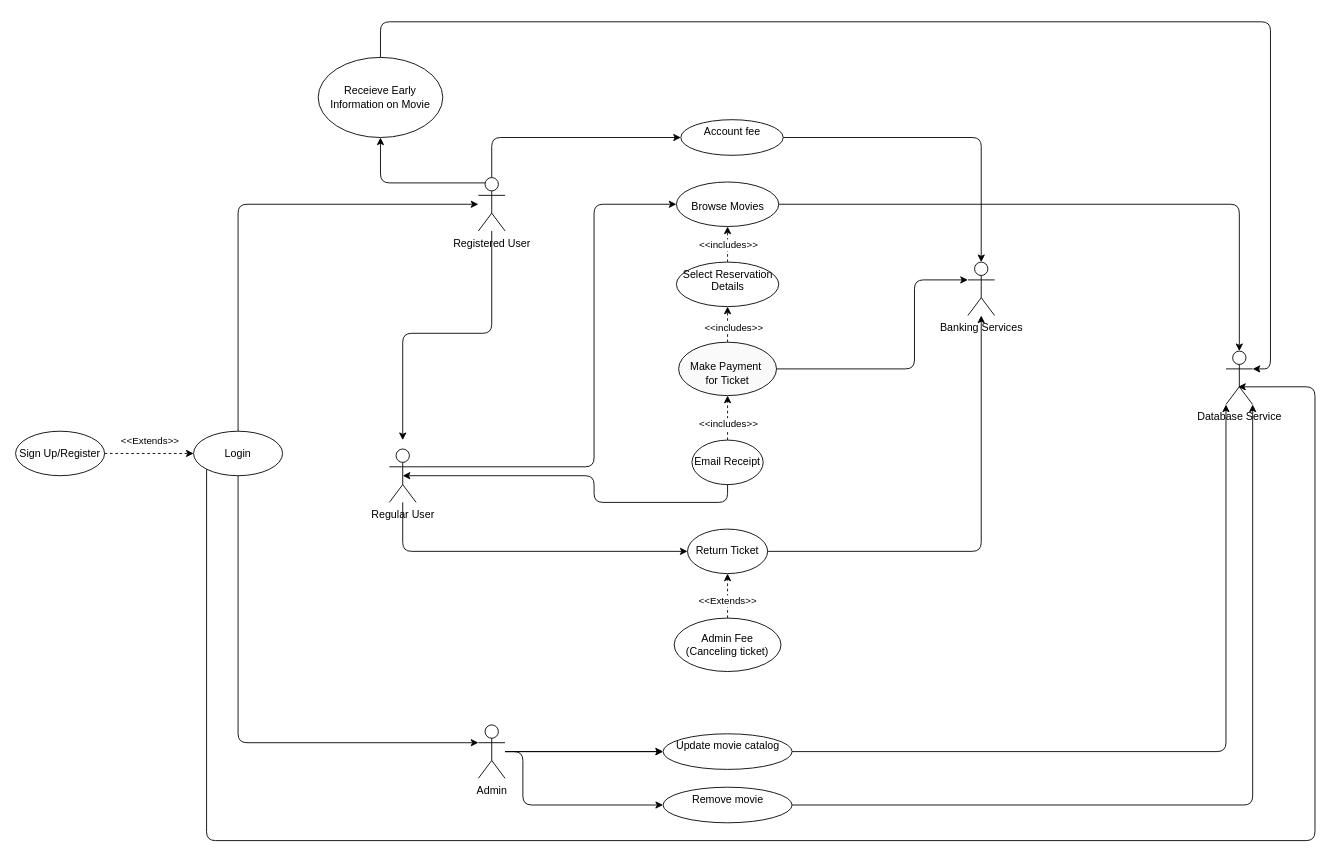
Before: page "Use Case Diagram" (1 of 5) of ENSF 480 Final Project Diagrams.drawio in SenorYuen/ProjectGrp9, a draw.io diagram. Source tidied: cells renumbered, new cells numbered last; positions are measured from the earlier drawing's top-left corner, leaving out a move shared by most shapes. Both pictures are drawn from the tidied source at 89%, with x=0, y=0 at pixel (15, 21).
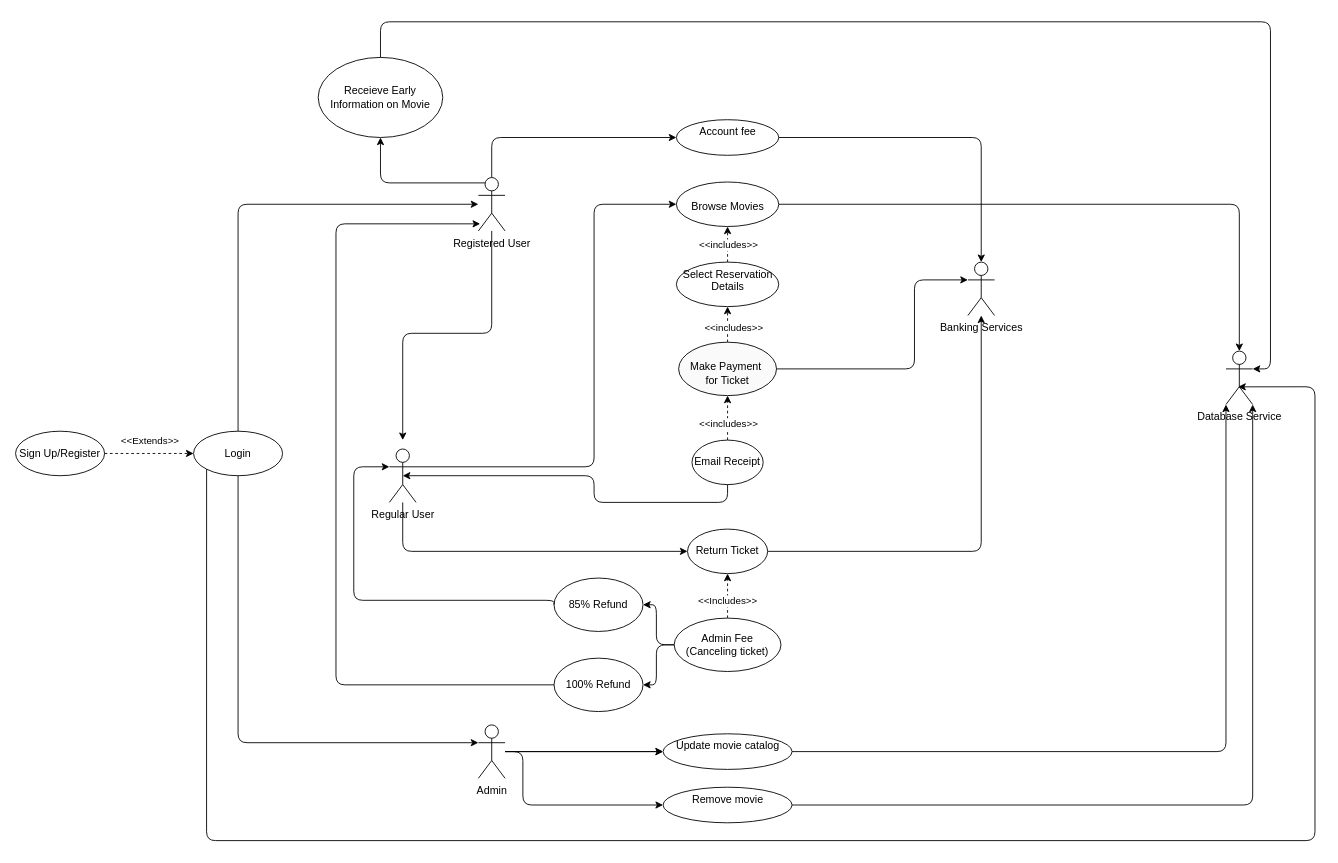
The same diagram, later.

Unchanged cells that the change refers to:
```xml
<mxCell id="4" value="Registered User" style="shape=umlActor;verticalLabelPosition=bottom;verticalAlign=top;html=1;" parent="1" vertex="1">
  <mxGeometry x="520" y="175" width="30" height="60" as="geometry" />
</mxCell>
<mxCell id="11" value="Regular User" style="shape=umlActor;verticalLabelPosition=bottom;verticalAlign=top;html=1;" parent="1" vertex="1">
  <mxGeometry x="420" y="480" width="30" height="60" as="geometry" />
</mxCell>
<mxCell id="21" style="edgeStyle=none;html=1;dashed=1;" parent="1" edge="1" source="23" target="25">
  <mxGeometry relative="1" as="geometry" />
</mxCell>
<mxCell id="23" value="Admin Fee&lt;br&gt;(Canceling ticket)" style="ellipse;whiteSpace=wrap;html=1;" parent="1" vertex="1">
  <mxGeometry x="740" y="670" width="120" height="60" as="geometry" />
</mxCell>
```

Diff of the diagram source:
```diff
@@
     <mxCell id="20" value="Account fee" style="ellipse;whiteSpace=wrap;html=1;verticalAlign=top;fillColor=#FFFFFF;strokeColor=default;" parent="1" vertex="1">
-      <mxGeometry x="747.5" y="110" width="115" height="40" as="geometry" />
+      <mxGeometry x="742.5" y="110" width="115" height="40" as="geometry" />
     </mxCell>
@@
-    <mxCell id="22" value="&amp;lt;&amp;lt;Extends&amp;gt;&amp;gt;" style="edgeLabel;html=1;align=center;verticalAlign=middle;" parent="21" vertex="1">
+    <mxCell id="22" value="&amp;lt;&amp;lt;Includes&amp;gt;&amp;gt;" style="edgeLabel;html=1;align=center;verticalAlign=middle;" parent="21" vertex="1">
       <mxGeometry x="-0.2" y="1" relative="1" as="geometry" />
     </mxCell>
+    <mxCell id="48" style="edgeStyle=orthogonalEdgeStyle;rounded=1;jettySize=auto;html=1;exitX=0;exitY=0.5;exitDx=0;exitDy=0;entryX=1;entryY=0.5;entryDx=0;entryDy=0;curved=0;" parent="1" edge="1" source="23" target="50">
+      <mxGeometry relative="1" as="geometry" />
+    </mxCell>
+    <mxCell id="49" style="edgeStyle=orthogonalEdgeStyle;rounded=1;jettySize=auto;html=1;exitX=0;exitY=0.5;exitDx=0;exitDy=0;entryX=1;entryY=0.5;entryDx=0;entryDy=0;curved=0;" parent="1" edge="1" source="23" target="51">
+      <mxGeometry relative="1" as="geometry" />
+    </mxCell>
@@
+    <mxCell id="50" value="85% Refund" style="ellipse;whiteSpace=wrap;html=1;" parent="1" vertex="1">
+      <mxGeometry x="605" y="625" width="100" height="60" as="geometry" />
+    </mxCell>
+    <mxCell id="51" value="100% Refund" style="ellipse;whiteSpace=wrap;html=1;" parent="1" vertex="1">
+      <mxGeometry x="605" y="715" width="100" height="60" as="geometry" />
+    </mxCell>
+    <mxCell id="52" style="rounded=1;jettySize=auto;html=1;exitX=0;exitY=0.5;exitDx=0;exitDy=0;entryX=0.067;entryY=0.867;entryDx=0;entryDy=0;entryPerimeter=0;curved=0;" parent="1" edge="1" source="51" target="4">
+      <mxGeometry relative="1" as="geometry">
+        <Array as="points">
+          <mxPoint x="360" y="745" />
+          <mxPoint x="360" y="227" />
+        </Array>
+      </mxGeometry>
+    </mxCell>
+    <mxCell id="53" style="edgeStyle=orthogonalEdgeStyle;rounded=1;jettySize=auto;html=1;exitX=0;exitY=0.5;exitDx=0;exitDy=0;entryX=0;entryY=0.3333333333333333;entryDx=0;entryDy=0;entryPerimeter=0;curved=0;" parent="1" edge="1" source="50" target="11">
+      <mxGeometry relative="1" as="geometry">
+        <Array as="points">
+          <mxPoint x="380" y="650" />
+          <mxPoint x="380" y="500" />
+        </Array>
+      </mxGeometry>
+    </mxCell>
```
